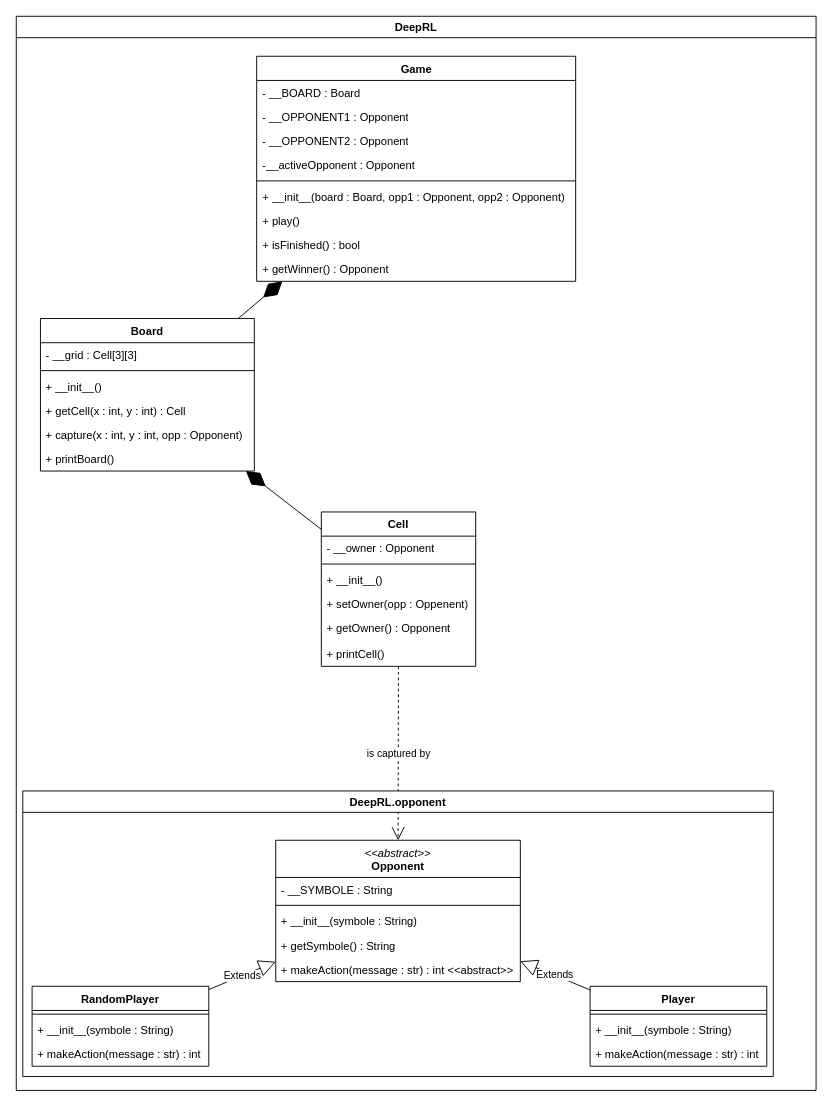
Earlier version of the draw.io diagram uml/DRL project.drawio (Enzo-Claeyssen/Q-Learning_for_Tic_Tac_Toe). Source tidied: cells renumbered, new cells numbered last; positions are measured from the earlier drawing's top-left corner, leaving out a move shared by most shapes. Both pictures are drawn from the tidied source at 93%, with x=0, y=0 at pixel (16, 16).
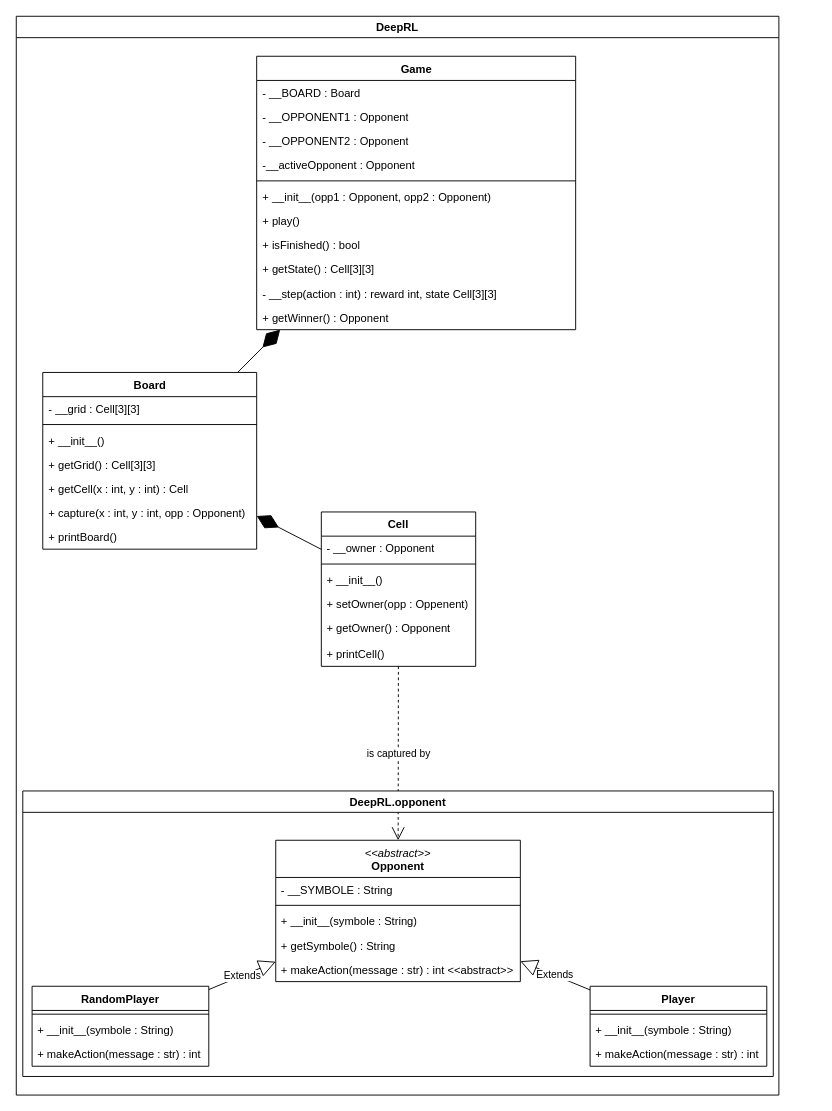
Above is the later version.

Commit message (it also covers changes not shown here):
Done UML and Prepared files for v0.0.8

Diff of the diagram source:
```diff
@@
     <mxCell id="2" value="DeepRL" style="swimlane;" parent="1" vertex="1">
-      <mxGeometry width="860" height="1155" as="geometry" />
+      <mxGeometry width="820" height="1160" as="geometry" />
     </mxCell>
     <mxCell id="3" value="Game" style="swimlane;fontStyle=1;align=center;verticalAlign=top;horizontal=1;startSize=26;whiteSpace=wrap;html=1;" parent="2" vertex="1">
-      <mxGeometry x="258.5" y="43" width="343" height="242" as="geometry" />
+      <mxGeometry x="258.5" y="43" width="343" height="294" as="geometry" />
     </mxCell>
@@
-    <mxCell id="9" value="+ __init__(board : Board, opp1 : Opponent, opp2 : Opponent)" style="text;strokeColor=none;fillColor=none;align=left;verticalAlign=top;spacingLeft=4;spacingRight=4;overflow=hidden;whiteSpace=wrap;html=1;" parent="3" vertex="1">
+    <mxCell id="9" value="+ __init__(opp1 : Opponent, opp2 : Opponent)" style="text;strokeColor=none;fillColor=none;align=left;verticalAlign=top;spacingLeft=4;spacingRight=4;overflow=hidden;whiteSpace=wrap;html=1;" parent="3" vertex="1">
       <mxGeometry y="138" width="343" height="26" as="geometry" />
     </mxCell>
@@
+    <mxCell id="47" value="+ getState() : Cell[3][3]" style="text;strokeColor=none;fillColor=none;align=left;verticalAlign=top;spacingLeft=4;spacingRight=4;overflow=hidden;whiteSpace=wrap;html=1;" parent="3" vertex="1">
+      <mxGeometry y="216" width="343" height="26" as="geometry" />
+    </mxCell>
+    <mxCell id="48" value="- __step(action : int) : reward int, state Cell[3][3]" style="text;strokeColor=none;fillColor=none;align=left;verticalAlign=top;spacingLeft=4;spacingRight=4;overflow=hidden;whiteSpace=wrap;html=1;" parent="3" vertex="1">
+      <mxGeometry y="242" width="343" height="26" as="geometry" />
+    </mxCell>
     <mxCell id="12" value="+ getWinner() : Opponent" style="text;strokeColor=none;fillColor=none;align=left;verticalAlign=top;spacingLeft=4;spacingRight=4;overflow=hidden;whiteSpace=wrap;html=1;" parent="3" vertex="1">
-      <mxGeometry y="216" width="343" height="26" as="geometry" />
+      <mxGeometry y="268" width="343" height="26" as="geometry" />
     </mxCell>
     <mxCell id="13" value="Board" style="swimlane;fontStyle=1;align=center;verticalAlign=top;horizontal=1;startSize=26;whiteSpace=wrap;html=1;" parent="2" vertex="1">
-      <mxGeometry x="26" y="325" width="230" height="164" as="geometry" />
+      <mxGeometry x="28.5" y="383" width="230" height="190" as="geometry" />
     </mxCell>
@@
+    <mxCell id="49" value="+ getGrid() : Cell[3][3] " style="text;strokeColor=none;fillColor=none;align=left;verticalAlign=top;spacingLeft=4;spacingRight=4;overflow=hidden;whiteSpace=wrap;html=1;" parent="13" vertex="1">
+      <mxGeometry y="86" width="230" height="26" as="geometry" />
+    </mxCell>
     <mxCell id="17" value="+ getCell(x : int, y : int) : Cell" style="text;strokeColor=none;fillColor=none;align=left;verticalAlign=top;spacingLeft=4;spacingRight=4;overflow=hidden;whiteSpace=wrap;html=1;" parent="13" vertex="1">
-      <mxGeometry y="86" width="230" height="26" as="geometry" />
+      <mxGeometry y="112" width="230" height="26" as="geometry" />
     </mxCell>
     <mxCell id="18" value="+ capture(x : int, y : int, opp : Opponent)" style="text;strokeColor=none;fillColor=none;align=left;verticalAlign=top;spacingLeft=4;spacingRight=4;overflow=hidden;whiteSpace=wrap;html=1;" parent="13" vertex="1">
-      <mxGeometry y="112" width="230" height="26" as="geometry" />
+      <mxGeometry y="138" width="230" height="26" as="geometry" />
     </mxCell>
     <mxCell id="19" value="+ printBoard()" style="text;strokeColor=none;fillColor=none;align=left;verticalAlign=top;spacingLeft=4;spacingRight=4;overflow=hidden;whiteSpace=wrap;html=1;" parent="13" vertex="1">
-      <mxGeometry y="138" width="230" height="26" as="geometry" />
+      <mxGeometry y="164" width="230" height="26" as="geometry" />
     </mxCell>
```
